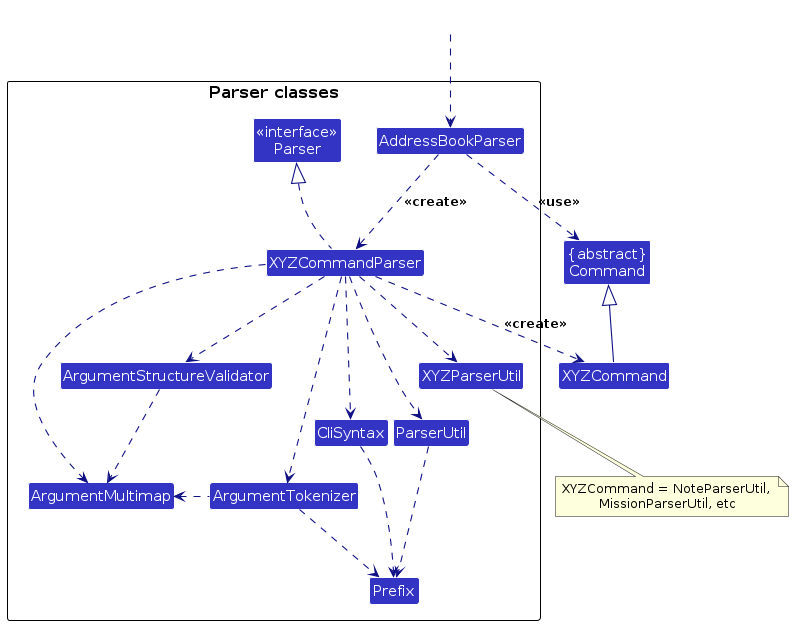
Above: diagrams/ParserClasses.png in AY2627S1-CS2103T-F14a-1/tp (PlantUML), before the change. Its source is kept beside it as diagrams/ParserClasses.puml. Source of this version:
```plantuml
@startuml
!include style.puml
skinparam arrowThickness 1.1
skinparam arrowColor LOGIC_COLOR_T4
skinparam classBackgroundColor LOGIC_COLOR

Class "{abstract}\nCommand" as Command
Class XYZCommand

package "Parser classes"{
Class "<<interface>>\nParser" as Parser
Class AddressBookParser
Class XYZCommandParser
Class XYZParserUtil
Class CliSyntax
Class ParserUtil
Class ArgumentStructureValidator
Class ArgumentMultimap
Class ArgumentTokenizer
Class Prefix
}

Class HiddenOutside #FFFFFF
HiddenOutside ..> AddressBookParser

AddressBookParser .down.> XYZCommandParser: <<create>>

XYZCommandParser ..> XYZCommand : <<create>>
AddressBookParser ..> Command : <<use>>
XYZCommandParser .up.|> Parser
XYZCommandParser ..> ArgumentStructureValidator
ArgumentStructureValidator ..> ArgumentMultimap
XYZCommandParser ..> XYZParserUtil
XYZCommandParser ..> ArgumentMultimap
XYZCommandParser ..> ArgumentTokenizer
note bottom of XYZParserUtil: XYZCommand = NoteParserUtil, \nMissionParserUtil, etc
ArgumentTokenizer .left.> ArgumentMultimap
XYZCommandParser ..> CliSyntax
CliSyntax ..> Prefix
XYZCommandParser ..> ParserUtil
ParserUtil .down.> Prefix
ArgumentTokenizer .down.> Prefix
XYZCommand -up-|> Command
@enduml
```
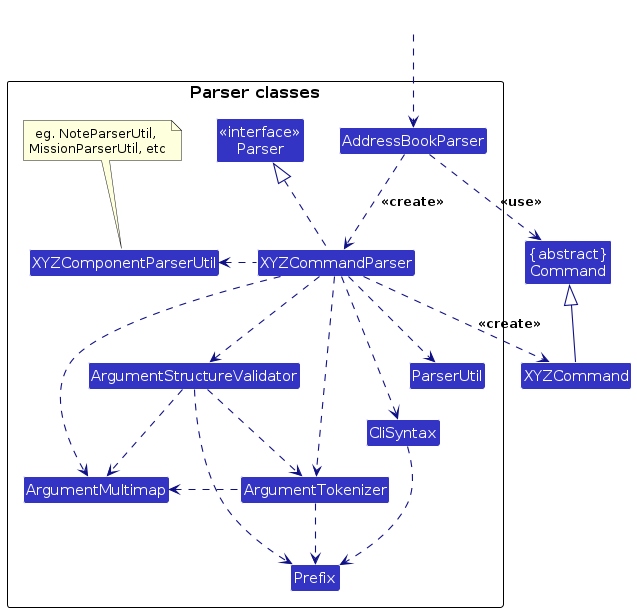
The same diagram one commit later.

What changed in the source:
```diff
@@ -11,9 +11,10 @@
 Class "<<interface>>\nParser" as Parser
 Class AddressBookParser
 Class XYZCommandParser
-Class XYZParserUtil
 Class CliSyntax
 Class ParserUtil
+Class XYZComponentParserUtil
+note top of XYZComponentParserUtil: eg. NoteParserUtil, \nMissionParserUtil, etc
 Class ArgumentStructureValidator
 Class ArgumentMultimap
 Class ArgumentTokenizer
@@ -26,19 +27,19 @@
 AddressBookParser .down.> XYZCommandParser: <<create>>
 
 XYZCommandParser ..> XYZCommand : <<create>>
-AddressBookParser ..> Command : <<use>>
+AddressBookParser .right.> Command : <<use>>
 XYZCommandParser .up.|> Parser
-XYZCommandParser ..> ArgumentStructureValidator
-ArgumentStructureValidator ..> ArgumentMultimap
-XYZCommandParser ..> XYZParserUtil
+XYZCommandParser .left.> XYZComponentParserUtil
 XYZCommandParser ..> ArgumentMultimap
 XYZCommandParser ..> ArgumentTokenizer
-note bottom of XYZParserUtil: XYZCommand = NoteParserUtil, \nMissionParserUtil, etc
+XYZCommandParser ..> ArgumentStructureValidator
+ArgumentStructureValidator ..> ArgumentTokenizer
+ArgumentStructureValidator ..> ArgumentMultimap
+ArgumentStructureValidator ..> Prefix
 ArgumentTokenizer .left.> ArgumentMultimap
 XYZCommandParser ..> CliSyntax
 CliSyntax ..> Prefix
 XYZCommandParser ..> ParserUtil
-ParserUtil .down.> Prefix
 ArgumentTokenizer .down.> Prefix
 XYZCommand -up-|> Command
 @enduml
```
